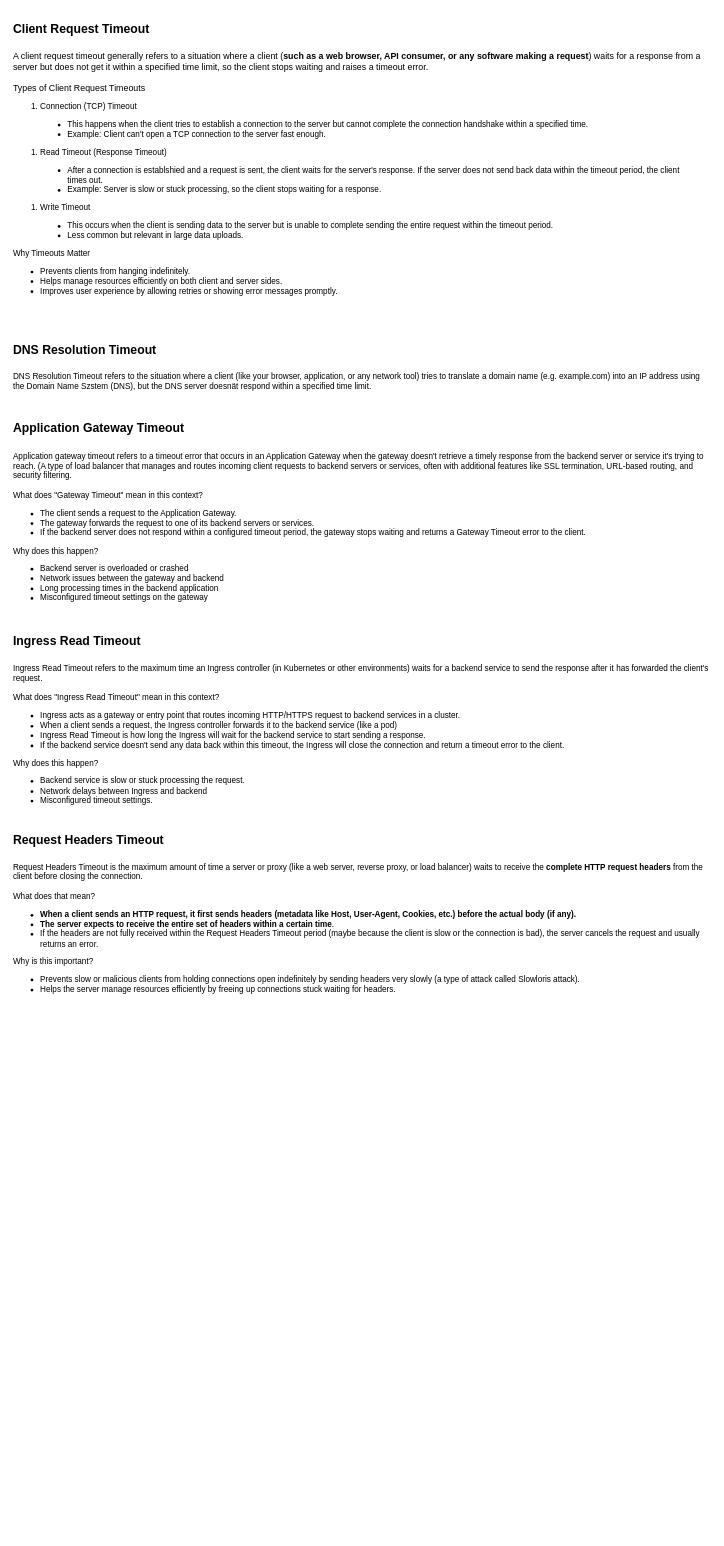
tyk1hc/drawio keeps this draw.io diagram as Web.drawio. Above is the earlier version. Source tidied: cells renumbered, new cells numbered last; positions are measured from the earlier drawing's top-left corner, leaving out a move shared by most shapes. Both pictures are drawn from the tidied source at 68%, with x=0, y=0 at pixel (12, 12).
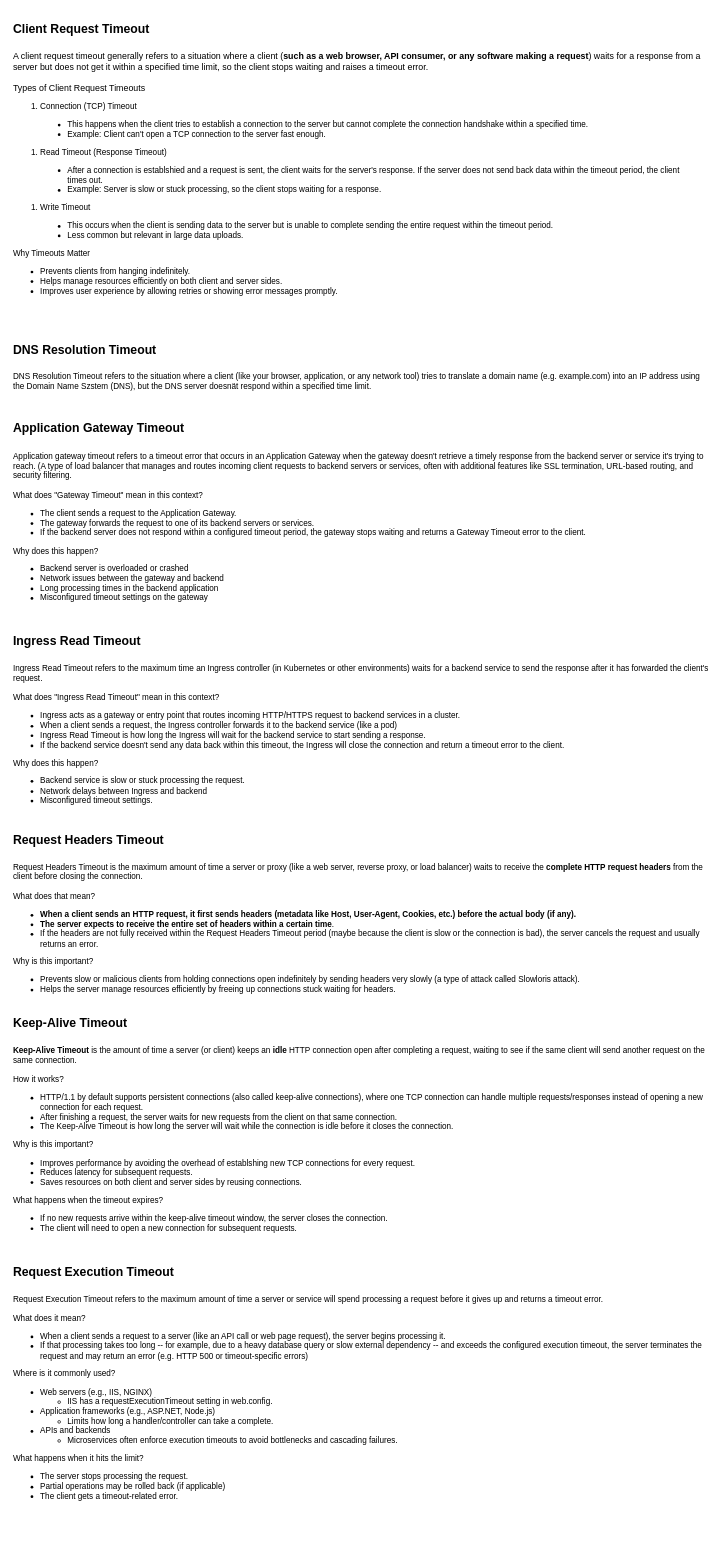
The same diagram, later.

Change to the diagram source:
```diff
@@
 <mxGraphModel>
   <root>
     <mxCell id="0" />
     <mxCell id="1" parent="0" />
     <mxCell id="2" value="&lt;div&gt;&lt;b&gt;&lt;font style=&quot;font-size: 18px;&quot;&gt;Client Request Timeout&lt;/font&gt;&lt;/b&gt;&lt;/div&gt;&lt;div&gt;&lt;b&gt;&lt;font style=&quot;font-size: 18px;&quot;&gt;&lt;br&gt;&lt;/font&gt;&lt;/b&gt;&lt;/div&gt;&lt;div&gt;&lt;font style=&quot;font-size: 13px;&quot;&gt;A client request timeout generally refers to a situation where a client (&lt;b&gt;such as a web browser, API consumer, or any software making a request&lt;/b&gt;) waits for a response from a server but does not&amp;nbsp;get it within a specified time limit, so the client stops waiting and raises a timeout error.&lt;/font&gt;&lt;/div&gt;&lt;div&gt;&lt;font style=&quot;font-size: 13px;&quot;&gt;&lt;br&gt;&lt;/font&gt;&lt;/div&gt;&lt;div&gt;&lt;font style=&quot;font-size: 13px;&quot;&gt;Types of Client Request Timeouts&amp;nbsp;&lt;/font&gt;&lt;/div&gt;&lt;div&gt;&lt;ol&gt;&lt;li&gt;Connection (TCP) Timeout&amp;nbsp;&lt;/li&gt;&lt;/ol&gt;&lt;blockquote&gt;&lt;ul&gt;&lt;li&gt;This happens when the client tries to establish a connection to the server but cannot complete the connection handshake within a specified time.&lt;/li&gt;&lt;li&gt;Example: Client can't open a TCP connection to the server fast enough.&lt;/li&gt;&lt;/ul&gt;&lt;/blockquote&gt;&lt;ol&gt;&lt;li&gt;Read Timeout (Response Timeout)&lt;/li&gt;&lt;/ol&gt;&lt;blockquote&gt;&lt;ul&gt;&lt;li&gt;After a connection is establshied and a request is sent, the client waits for the server's response. If the server does not send back data within the timeout period, the client times out.&lt;/li&gt;&lt;li&gt;Example: Server is slow or stuck processing, so the client stops waiting for a response.&lt;/li&gt;&lt;/ul&gt;&lt;/blockquote&gt;&lt;ol&gt;&lt;li&gt;Write Timeout&amp;nbsp;&lt;/li&gt;&lt;/ol&gt;&lt;blockquote&gt;&lt;ul&gt;&lt;li&gt;This occurs when the client is sending data to the server but is unable to complete sending the entire request within the timeout period.&lt;/li&gt;&lt;li&gt;Less common but relevant in large data uploads.&lt;/li&gt;&lt;/ul&gt;&lt;/blockquote&gt;&lt;div&gt;Why Timeouts Matter&amp;nbsp;&lt;/div&gt;&lt;div&gt;&lt;ul&gt;&lt;li&gt;Prevents clients from hanging indefinitely.&lt;/li&gt;&lt;li&gt;Helps manage resources efficiently on both client and server sides.&lt;/li&gt;&lt;li&gt;Improves user experience by allowing retries or showing error messages promptly.&lt;/li&gt;&lt;/ul&gt;&lt;/div&gt;&lt;/div&gt;&lt;div&gt;&lt;font&gt;&lt;br&gt;&lt;/font&gt;&lt;/div&gt;&lt;div&gt;&lt;b&gt;&lt;font style=&quot;font-size: 18px;&quot;&gt;&lt;br&gt;&lt;/font&gt;&lt;/b&gt;&lt;/div&gt;" style="text;html=1;whiteSpace=wrap;strokeColor=none;fillColor=none;align=left;verticalAlign=middle;rounded=0;" parent="1" vertex="1">
       <mxGeometry width="1030" height="480" as="geometry" />
     </mxCell>
     <mxCell id="3" value="&lt;div&gt;&lt;b&gt;&lt;font style=&quot;font-size: 18px;&quot;&gt;DNS Resolution Timeout&amp;nbsp;&lt;/font&gt;&lt;/b&gt;&lt;/div&gt;&lt;div&gt;&lt;b&gt;&lt;font style=&quot;font-size: 18px;&quot;&gt;&amp;nbsp;&lt;/font&gt;&lt;/b&gt;&lt;/div&gt;&lt;div&gt;DNS Resolution Timeout refers to the situation where a client (like your browser, application, or any network tool) tries to translate a domain name (e.g. example.com) into an IP address using&lt;/div&gt;&lt;div&gt;the Domain Name Szstem (DNS), but the DNS server doesnät respond within a specified time limit.&lt;/div&gt;&lt;div&gt;&lt;font&gt;&lt;br&gt;&lt;/font&gt;&lt;/div&gt;&lt;div&gt;&lt;b&gt;&lt;font style=&quot;font-size: 18px;&quot;&gt;&lt;br&gt;&lt;/font&gt;&lt;/b&gt;&lt;/div&gt;" style="text;html=1;whiteSpace=wrap;strokeColor=none;fillColor=none;align=left;verticalAlign=middle;rounded=0;" parent="1" vertex="1">
       <mxGeometry y="480" width="1030" height="120" as="geometry" />
     </mxCell>
     <mxCell id="4" value="&lt;div&gt;&lt;b&gt;&lt;font style=&quot;font-size: 18px;&quot;&gt;Application Gateway Timeout&lt;/font&gt;&lt;/b&gt;&lt;/div&gt;&lt;div&gt;&lt;b&gt;&lt;font style=&quot;font-size: 18px;&quot;&gt;&amp;nbsp;&lt;/font&gt;&lt;/b&gt;&lt;/div&gt;&lt;div&gt;Application gateway timeout refers to a timeout error that occurs in an Application Gateway when the gateway doesn't retrieve a timely response from the backend server or service it's trying to reach. (A type of load balancer that manages and routes incoming client requests to backend servers or services, often with additional features like SSL termination, URL-based routing, and security filtering.&lt;/div&gt;&lt;div&gt;&lt;br&gt;&lt;/div&gt;&lt;div&gt;What does &quot;Gateway Timeout&quot; mean in this context?&lt;/div&gt;&lt;div&gt;&lt;ul&gt;&lt;li&gt;The client sends a request to the Application Gateway.&lt;/li&gt;&lt;li&gt;The gateway forwards the request to one of its backend servers or services.&lt;/li&gt;&lt;li&gt;If the backend server does not respond within a configured timeout period, the gateway stops waiting and returns a Gateway Timeout error to the client.&lt;/li&gt;&lt;/ul&gt;&lt;div&gt;Why does this happen?&lt;/div&gt;&lt;div&gt;&lt;ul&gt;&lt;li&gt;Backend server is overloaded or crashed&lt;/li&gt;&lt;li&gt;Network issues between the gateway and backend&amp;nbsp;&lt;/li&gt;&lt;li&gt;Long processing times in the backend application&amp;nbsp;&lt;/li&gt;&lt;li&gt;Misconfigured timeout settings on the gateway&lt;/li&gt;&lt;/ul&gt;&lt;/div&gt;&lt;/div&gt;&lt;div&gt;&lt;font&gt;&lt;br&gt;&lt;/font&gt;&lt;/div&gt;&lt;div&gt;&lt;b&gt;&lt;font style=&quot;font-size: 18px;&quot;&gt;&lt;br&gt;&lt;/font&gt;&lt;/b&gt;&lt;/div&gt;" style="text;html=1;whiteSpace=wrap;strokeColor=none;fillColor=none;align=left;verticalAlign=middle;rounded=0;" parent="1" vertex="1">
       <mxGeometry y="600" width="1030" height="320" as="geometry" />
     </mxCell>
     <mxCell id="5" value="&lt;div&gt;&lt;b&gt;&lt;font style=&quot;font-size: 18px;&quot;&gt;Ingress Read Timeout&lt;/font&gt;&lt;/b&gt;&lt;/div&gt;&lt;div&gt;&lt;b&gt;&lt;font style=&quot;font-size: 18px;&quot;&gt;&amp;nbsp;&lt;/font&gt;&lt;/b&gt;&lt;/div&gt;&lt;div&gt;Ingress Read Timeout refers to the maximum time an Ingress controller (in Kubernetes or other environments) waits for a backend service to send the response after it has forwarded the client's request.&lt;/div&gt;&lt;div&gt;&lt;br&gt;&lt;/div&gt;&lt;div&gt;What does &quot;Ingress Read Timeout&quot; mean in this context?&lt;/div&gt;&lt;div&gt;&lt;ul&gt;&lt;li&gt;Ingress acts as a gateway or entry point that routes incoming HTTP/HTTPS request to backend services in a cluster.&lt;/li&gt;&lt;li&gt;When a client sends a request, the Ingress controller forwards it to the backend service (like a pod)&lt;/li&gt;&lt;li&gt;Ingress Read Timeout is how long the Ingress will wait for the backend service to start sending a response.&lt;/li&gt;&lt;li&gt;If the backend service doesn't send any data back within this timeout, the Ingress will close the connection and return a timeout error to the client.&lt;/li&gt;&lt;/ul&gt;&lt;div&gt;Why does this happen?&lt;/div&gt;&lt;div&gt;&lt;ul&gt;&lt;li&gt;Backend service is slow or stuck processing the request.&lt;/li&gt;&lt;li&gt;Network delays between Ingress and backend&lt;/li&gt;&lt;li&gt;Misconfigured timeout settings.&lt;/li&gt;&lt;/ul&gt;&lt;/div&gt;&lt;/div&gt;&lt;div&gt;&lt;font&gt;&lt;br&gt;&lt;/font&gt;&lt;/div&gt;&lt;div&gt;&lt;b&gt;&lt;font style=&quot;font-size: 18px;&quot;&gt;&lt;br&gt;&lt;/font&gt;&lt;/b&gt;&lt;/div&gt;" style="text;html=1;whiteSpace=wrap;strokeColor=none;fillColor=none;align=left;verticalAlign=middle;rounded=0;" parent="1" vertex="1">
       <mxGeometry y="920" width="1030" height="290" as="geometry" />
     </mxCell>
     <mxCell id="6" value="&lt;div&gt;&lt;b&gt;&lt;font style=&quot;font-size: 18px;&quot;&gt;Request Headers Timeout&lt;/font&gt;&lt;/b&gt;&lt;/div&gt;&lt;div&gt;&lt;b&gt;&lt;font style=&quot;font-size: 18px;&quot;&gt;&amp;nbsp;&lt;/font&gt;&lt;/b&gt;&lt;/div&gt;&lt;div&gt;Request Headers Timeout is the maximum amount of time a server or proxy (like a web server, reverse proxy, or load balancer) waits to receive the &lt;b&gt;complete HTTP request headers&lt;/b&gt; from the client before closing the connection.&lt;/div&gt;&lt;div&gt;&lt;br&gt;&lt;/div&gt;&lt;div&gt;What does that mean?&lt;/div&gt;&lt;div&gt;&lt;ul&gt;&lt;li&gt;&lt;b&gt;When a client sends an HTTP request, it first sends headers (metadata like Host, User-Agent, Cookies, etc.) before the actual body (if any).&lt;/b&gt;&lt;/li&gt;&lt;li&gt;&lt;b&gt;The server expects to receive the entire set of headers within a certain time&lt;/b&gt;.&lt;/li&gt;&lt;li&gt;If the headers are not fully received within the Request Headers Timeout period (maybe because the client is slow or the connection is bad), the server cancels the request and usually returns an error.&lt;/li&gt;&lt;/ul&gt;&lt;div&gt;Why is this important?&lt;/div&gt;&lt;div&gt;&lt;ul&gt;&lt;li&gt;Prevents slow or malicious clients from holding connections open indefinitely by sending headers very slowly (a type of attack called Slowloris attack).&lt;/li&gt;&lt;li&gt;Helps the server manage resources efficiently by freeing up connections stuck waiting for headers.&lt;/li&gt;&lt;/ul&gt;&lt;/div&gt;&lt;/div&gt;&lt;div&gt;&lt;font&gt;&lt;br&gt;&lt;/font&gt;&lt;/div&gt;&lt;div&gt;&lt;b&gt;&lt;font style=&quot;font-size: 18px;&quot;&gt;&lt;br&gt;&lt;/font&gt;&lt;/b&gt;&lt;/div&gt;" style="text;html=1;whiteSpace=wrap;strokeColor=none;fillColor=none;align=left;verticalAlign=middle;rounded=0;" parent="1" vertex="1">
       <mxGeometry y="1200" width="1030" height="300" as="geometry" />
     </mxCell>
+    <mxCell id="7" value="&lt;div&gt;&lt;b&gt;&lt;font style=&quot;font-size: 18px;&quot;&gt;Keep-Alive Timeout&lt;/font&gt;&lt;/b&gt;&lt;/div&gt;&lt;div&gt;&lt;b&gt;&lt;font style=&quot;font-size: 18px;&quot;&gt;&amp;nbsp;&lt;/font&gt;&lt;/b&gt;&lt;/div&gt;&lt;div&gt;&lt;strong&gt;Keep-Alive Timeout&lt;/strong&gt; is the amount of time a server (or client) keeps an &lt;strong&gt;idle&lt;/strong&gt; HTTP connection open after completing a request, waiting to see if the same client will send another request on the same connection.&lt;/div&gt;&lt;div&gt;&lt;br&gt;&lt;/div&gt;&lt;div&gt;How it works?&lt;br&gt;&lt;ul&gt;&lt;li&gt;HTTP/1.1 by default supports persistent connections (also called keep-alive connections), where one TCP connection can handle multiple requests/responses instead of opening a new connection for each request.&amp;nbsp;&lt;/li&gt;&lt;li&gt;After finishing a request, the server waits for new requests from the client on that same connection.&lt;/li&gt;&lt;li&gt;The Keep-Alive Timeout is how long the server will wait while the connection is idle before it closes the connection.&lt;/li&gt;&lt;/ul&gt;&lt;div&gt;Why is this important?&lt;/div&gt;&lt;div&gt;&lt;ul&gt;&lt;li&gt;Improves performance by avoiding the overhead of establshing new TCP connections for every request.&lt;/li&gt;&lt;li&gt;Reduces latency for subsequent requests.&lt;/li&gt;&lt;li&gt;Saves resources on both client and server sides by reusing connections.&lt;/li&gt;&lt;/ul&gt;&lt;div&gt;What happens when the timeout expires?&lt;/div&gt;&lt;div&gt;&lt;ul&gt;&lt;li&gt;If no new requests arrive within the keep-alive timeout window, the server closes the connection.&lt;/li&gt;&lt;li&gt;The client will need to open a new connection for subsequent requests.&lt;/li&gt;&lt;/ul&gt;&lt;/div&gt;&lt;/div&gt;&lt;/div&gt;&lt;div&gt;&lt;font&gt;&lt;br&gt;&lt;/font&gt;&lt;/div&gt;&lt;div&gt;&lt;b&gt;&lt;font style=&quot;font-size: 18px;&quot;&gt;&lt;br&gt;&lt;/font&gt;&lt;/b&gt;&lt;/div&gt;" style="text;html=1;whiteSpace=wrap;strokeColor=none;fillColor=none;align=left;verticalAlign=middle;rounded=0;" parent="1" vertex="1">
+      <mxGeometry y="1480" width="1030" height="360" as="geometry" />
+    </mxCell>
+    <mxCell id="8" value="&lt;div&gt;&lt;b&gt;&lt;font style=&quot;font-size: 18px;&quot;&gt;Request Execution Timeout&lt;/font&gt;&lt;/b&gt;&lt;/div&gt;&lt;div&gt;&lt;b&gt;&lt;font style=&quot;font-size: 18px;&quot;&gt;&amp;nbsp;&lt;/font&gt;&lt;/b&gt;&lt;/div&gt;&lt;div&gt;Request Execution Timeout refers to the maximum amount of time a server or service will spend processing a request before it gives up and returns a timeout error.&lt;/div&gt;&lt;div&gt;&lt;br&gt;&lt;/div&gt;&lt;div&gt;What does it mean?&lt;br&gt;&lt;ul&gt;&lt;li&gt;When a client sends a request to a server (like an API call or web page request), the server begins processing it.&lt;/li&gt;&lt;li&gt;If that processing takes too long -- for example, due to a heavy database query or slow external dependency -- and exceeds the configured execution timeout, the server terminates the request and may return an error (e.g. HTTP 500 or timeout-specific errors)&lt;/li&gt;&lt;/ul&gt;&lt;div&gt;Where is it commonly used?&lt;/div&gt;&lt;div&gt;&lt;ul&gt;&lt;li&gt;Web servers (e.g., IIS, NGINX)&lt;/li&gt;&lt;ul&gt;&lt;li&gt;IIS has a requestExecutionTimeout setting in web.config.&lt;/li&gt;&lt;/ul&gt;&lt;li&gt;Application frameworks (e.g., ASP.NET, Node.js)&lt;/li&gt;&lt;ul&gt;&lt;li&gt;Limits how long a handler/controller can take a complete.&lt;/li&gt;&lt;/ul&gt;&lt;li&gt;APIs and backends&amp;nbsp;&lt;/li&gt;&lt;ul&gt;&lt;li&gt;Microservices often enforce execution timeouts to avoid bottlenecks and cascading failures.&lt;/li&gt;&lt;/ul&gt;&lt;/ul&gt;&lt;div&gt;What happens when it hits the limit?&lt;/div&gt;&lt;div&gt;&lt;ul&gt;&lt;li&gt;The server stops processing the request.&lt;/li&gt;&lt;li&gt;Partial operations may be rolled back (if applicable)&lt;/li&gt;&lt;li&gt;The client gets a timeout-related error.&lt;/li&gt;&lt;/ul&gt;&lt;/div&gt;&lt;/div&gt;&lt;/div&gt;&lt;div&gt;&lt;font&gt;&lt;br&gt;&lt;/font&gt;&lt;/div&gt;&lt;div&gt;&lt;b&gt;&lt;font style=&quot;font-size: 18px;&quot;&gt;&lt;br&gt;&lt;/font&gt;&lt;/b&gt;&lt;/div&gt;" style="text;html=1;whiteSpace=wrap;strokeColor=none;fillColor=none;align=left;verticalAlign=middle;rounded=0;" parent="1" vertex="1">
+      <mxGeometry y="1840" width="1030" height="400" as="geometry" />
+    </mxCell>
   </root>
 </mxGraphModel>
```
